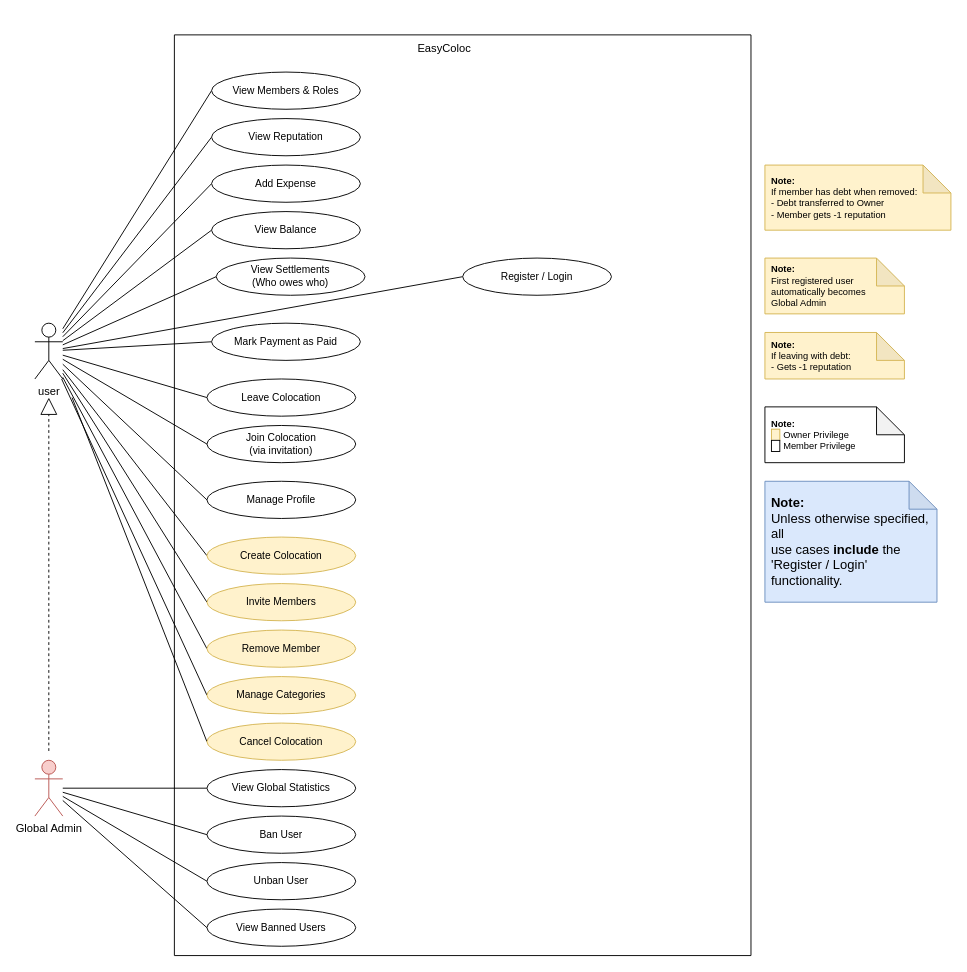
The draw.io diagram UML/useCaseDiagram.drawio in bahaztariq/EasyColoc, before the edit. Source tidied: cells renumbered, new cells numbered last; positions are measured from the earlier drawing's top-left corner, leaving out a move shared by most shapes. Both pictures are drawn from the tidied source at 93%, with x=0, y=0 at pixel (34, 34).
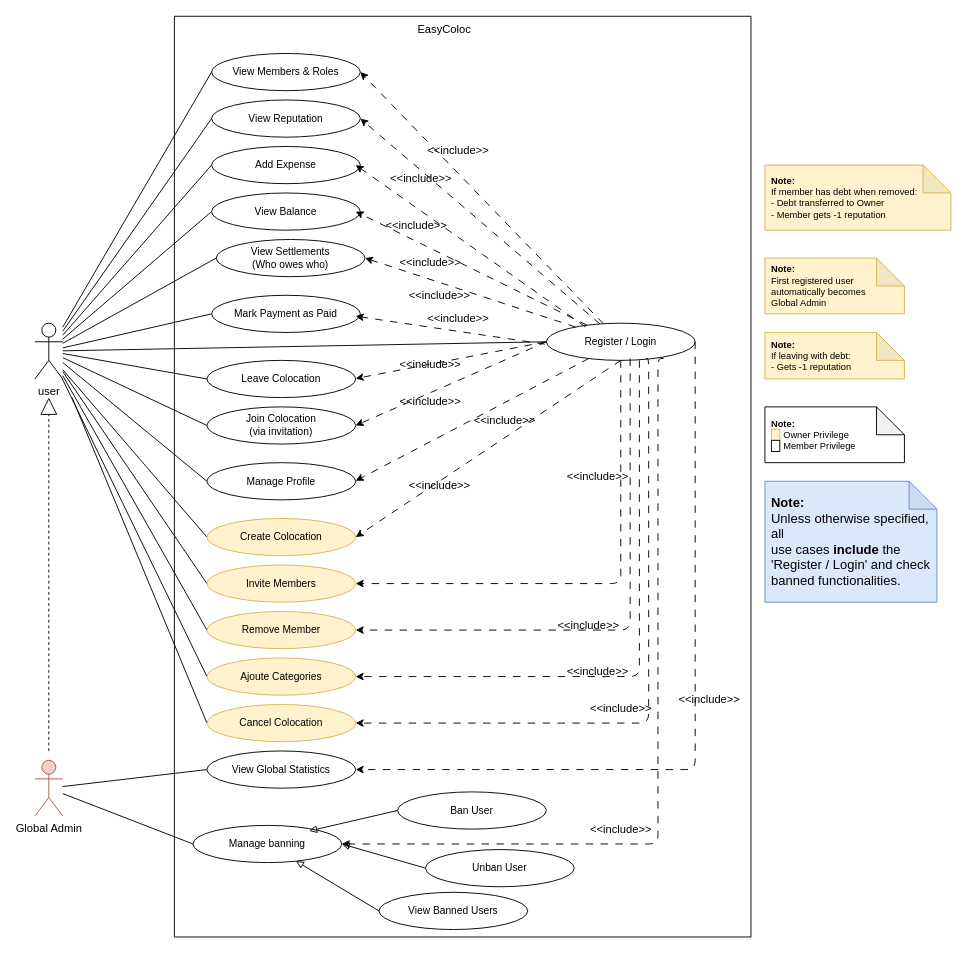
After the change.

Commit message (it also covers changes not shown here):
Update use case diagram and fix invitation acceptance logic

The change refers to these unchanged cells:
```xml
<mxCell id="9" value="Global Admin" style="shape=umlActor;verticalLabelPosition=bottom;verticalAlign=top;html=1;outlineConnect=0;fontSize=12;fillColor=#f8cecc;strokeColor=#b85450;" parent="1" vertex="1">
  <mxGeometry y="780" width="30" height="60" as="geometry" />
</mxCell>
<mxCell id="32" value="Remove Member" style="ellipse;whiteSpace=wrap;html=1;fontSize=11;fillColor=#fff2cc;strokeColor=#d6b656;" parent="29" vertex="1">
  <mxGeometry x="35" y="640" width="160" height="40" as="geometry" />
</mxCell>
<mxCell id="34" value="Cancel Colocation" style="ellipse;whiteSpace=wrap;html=1;fontSize=11;fillColor=#fff2cc;strokeColor=#d6b656;" parent="29" vertex="1">
  <mxGeometry x="35" y="740" width="160" height="40" as="geometry" />
</mxCell>
<mxCell id="35" value="Create Colocation" style="ellipse;whiteSpace=wrap;html=1;fontSize=11;fillColor=#fff2cc;strokeColor=#d6b656;" parent="29" vertex="1">
  <mxGeometry x="35" y="540" width="160" height="40" as="geometry" />
</mxCell>
<mxCell id="45" value="View Reputation" style="ellipse;whiteSpace=wrap;html=1;fontSize=11;fillColor=#ffffff;" parent="29" vertex="1">
  <mxGeometry x="40" y="90" width="160" height="40" as="geometry" />
</mxCell>
<mxCell id="46" value="View Members &amp;amp; Roles" style="ellipse;whiteSpace=wrap;html=1;fontSize=11;fillColor=#ffffff;" parent="29" vertex="1">
  <mxGeometry x="40" y="40" width="160" height="40" as="geometry" />
</mxCell>
<mxCell id="47" value="Join Colocation&lt;br&gt;(via invitation)" style="ellipse;whiteSpace=wrap;html=1;fontSize=11;fillColor=#ffffff;" parent="29" vertex="1">
  <mxGeometry x="35" y="420" width="160" height="40" as="geometry" />
</mxCell>
```

Change to the diagram source:
```diff
@@
-    <mxCell id="8" style="edgeStyle=none;html=1;entryX=0;entryY=0.5;entryDx=0;entryDy=0;endArrow=none;endFill=0;" parent="1" edge="1" source="9" target="40">
-      <mxGeometry relative="1" as="geometry" />
-    </mxCell>
+    <mxCell id="50" style="edgeStyle=none;html=1;entryX=0;entryY=0.5;entryDx=0;entryDy=0;endArrow=none;endFill=0;" parent="1" edge="1" source="9" target="61">
+      <mxGeometry relative="1" as="geometry" />
+    </mxCell>
@@
-    <mxCell id="22" style="endArrow=none;html=1;rounded=0;entryX=0;entryY=0.5;entryDx=0;entryDy=0;" parent="1" edge="1" source="9" target="38">
-      <mxGeometry relative="1" as="geometry" />
-    </mxCell>
-    <mxCell id="23" style="endArrow=none;html=1;rounded=0;entryX=0;entryY=0.5;entryDx=0;entryDy=0;" parent="1" edge="1" source="9" target="39">
-      <mxGeometry relative="1" as="geometry" />
-    </mxCell>
@@
-    <mxCell id="28" value="&lt;font style=&quot;font-size: 14px;&quot;&gt;&lt;b style=&quot;&quot;&gt;Note:&lt;/b&gt;&lt;br&gt;Unless otherwise specified, all&lt;br&gt;use cases &lt;b style=&quot;&quot;&gt;include&lt;/b&gt; the&lt;br&gt;'Register / Login' functionality.&lt;/font&gt;" style="shape=note;whiteSpace=wrap;html=1;backgroundOutline=1;darkOpacity=0.05;fontSize=10;fillColor=#dae8fc;strokeColor=#6c8ebf;align=left;spacingLeft=5;" parent="1" vertex="1">
+    <mxCell id="28" value="&lt;font style=&quot;font-size: 14px;&quot;&gt;&lt;b style=&quot;&quot;&gt;Note:&lt;/b&gt;&lt;br&gt;Unless otherwise specified, all&lt;br&gt;use cases &lt;b style=&quot;&quot;&gt;include&lt;/b&gt; the&lt;br&gt;'Register / Login' and check banned functionalities.&lt;/font&gt;" style="shape=note;whiteSpace=wrap;html=1;backgroundOutline=1;darkOpacity=0.05;fontSize=10;fillColor=#dae8fc;strokeColor=#6c8ebf;align=left;spacingLeft=5;" parent="1" vertex="1">
       <mxGeometry x="785" y="480" width="185" height="130" as="geometry" />
     </mxCell>
     <mxCell id="29" style="swimlane;startSize=0;" parent="1" vertex="1">
-      <mxGeometry x="150" width="620" height="990" as="geometry" />
+      <mxGeometry x="150" y="-20" width="620" height="990" as="geometry" />
     </mxCell>
@@
-    <mxCell id="33" value="Manage Categories" style="ellipse;whiteSpace=wrap;html=1;fontSize=11;fillColor=#fff2cc;strokeColor=#d6b656;" parent="29" vertex="1">
+    <mxCell id="33" value="Ajoute Categories" style="ellipse;whiteSpace=wrap;html=1;fontSize=11;fillColor=#fff2cc;strokeColor=#d6b656;" parent="29" vertex="1">
       <mxGeometry x="35" y="690" width="160" height="40" as="geometry" />
     </mxCell>
@@
     <mxCell id="38" value="Ban User" style="ellipse;whiteSpace=wrap;html=1;fontSize=11;fillColor=#ffffff;" parent="29" vertex="1">
-      <mxGeometry x="35" y="840" width="160" height="40" as="geometry" />
+      <mxGeometry x="240" y="834" width="160" height="40" as="geometry" />
     </mxCell>
     <mxCell id="39" value="Unban User" style="ellipse;whiteSpace=wrap;html=1;fontSize=11;fillColor=#ffffff;" parent="29" vertex="1">
-      <mxGeometry x="35" y="890" width="160" height="40" as="geometry" />
+      <mxGeometry x="270" y="896" width="160" height="40" as="geometry" />
     </mxCell>
     <mxCell id="40" value="View Banned Users" style="ellipse;whiteSpace=wrap;html=1;fontSize=11;fillColor=#ffffff;" parent="29" vertex="1">
-      <mxGeometry x="35" y="940" width="160" height="40" as="geometry" />
+      <mxGeometry x="220" y="942" width="160" height="40" as="geometry" />
     </mxCell>
     <mxCell id="41" value="Mark Payment as Paid" style="ellipse;whiteSpace=wrap;html=1;fontSize=11;fillColor=#ffffff;" parent="29" vertex="1">
-      <mxGeometry x="40" y="310" width="160" height="40" as="geometry" />
+      <mxGeometry x="40" y="300" width="160" height="40" as="geometry" />
     </mxCell>
@@
+    <mxCell id="51" style="html=1;entryX=1;entryY=0.5;entryDx=0;entryDy=0;dashed=1;dashPattern=8 8;" parent="29" edge="1" source="49" target="46">
+      <mxGeometry relative="1" as="geometry" />
+    </mxCell>
+    <mxCell id="52" style="html=1;entryX=1;entryY=0.5;entryDx=0;entryDy=0;dashed=1;dashPattern=8 8;" parent="29" edge="1" source="49" target="45">
+      <mxGeometry relative="1" as="geometry" />
+    </mxCell>
     <mxCell id="49" value="Register / Login" style="ellipse;whiteSpace=wrap;html=1;fontSize=11;fillColor=#ffffff;" parent="29" vertex="1">
-      <mxGeometry x="310" y="240" width="160" height="40" as="geometry" />
+      <mxGeometry x="400" y="330" width="160" height="40" as="geometry" />
     </mxCell>
+    <mxCell id="53" value="&amp;lt;&amp;lt;include&amp;gt;&amp;gt;" style="text;html=1;align=center;verticalAlign=middle;strokeColor=none;fillColor=none;" parent="29" vertex="1">
+      <mxGeometry x="260" y="130" width="90" height="30" as="geometry" />
+    </mxCell>
+    <mxCell id="54" value="&amp;lt;&amp;lt;include&amp;gt;&amp;gt;" style="text;html=1;align=center;verticalAlign=middle;strokeColor=none;fillColor=none;" parent="29" vertex="1">
+      <mxGeometry x="220" y="160" width="90" height="30" as="geometry" />
+    </mxCell>
+    <mxCell id="55" value="&amp;lt;&amp;lt;include&amp;gt;&amp;gt;" style="text;html=1;align=center;verticalAlign=middle;strokeColor=none;fillColor=none;" parent="29" vertex="1">
+      <mxGeometry x="215" y="210" width="90" height="30" as="geometry" />
+    </mxCell>
+    <mxCell id="56" style="html=1;entryX=1;entryY=0.5;entryDx=0;entryDy=0;dashed=1;dashPattern=8 8;exitX=0.263;exitY=0.1;exitDx=0;exitDy=0;exitPerimeter=0;" parent="29" edge="1" source="49">
+      <mxGeometry relative="1" as="geometry">
+        <mxPoint x="195" y="160" as="targetPoint" />
+      </mxGeometry>
+    </mxCell>
+    <mxCell id="57" value="&amp;lt;&amp;lt;include&amp;gt;&amp;gt;" style="text;html=1;align=center;verticalAlign=middle;strokeColor=none;fillColor=none;" parent="29" vertex="1">
+      <mxGeometry x="230" y="250" width="90" height="30" as="geometry" />
+    </mxCell>
+    <mxCell id="58" style="html=1;entryX=1;entryY=0.5;entryDx=0;entryDy=0;dashed=1;dashPattern=8 8;" parent="29" edge="1" source="49">
+      <mxGeometry relative="1" as="geometry">
+        <mxPoint x="195" y="210" as="targetPoint" />
+      </mxGeometry>
+    </mxCell>
+    <mxCell id="59" style="html=1;entryX=1;entryY=0.5;entryDx=0;entryDy=0;dashed=1;dashPattern=8 8;" parent="29" edge="1" source="49">
+      <mxGeometry relative="1" as="geometry">
+        <mxPoint x="205" y="260" as="targetPoint" />
+      </mxGeometry>
+    </mxCell>
+    <mxCell id="60" value="&amp;lt;&amp;lt;include&amp;gt;&amp;gt;" style="text;html=1;align=center;verticalAlign=middle;strokeColor=none;fillColor=none;" parent="29" vertex="1">
+      <mxGeometry x="240" y="285" width="90" height="30" as="geometry" />
+    </mxCell>
+    <mxCell id="61" value="Manage banning" style="ellipse;whiteSpace=wrap;html=1;fontSize=11;fillColor=#ffffff;" parent="29" vertex="1">
+      <mxGeometry x="20" y="870" width="160" height="40" as="geometry" />
+    </mxCell>
+    <mxCell id="8" style="edgeStyle=none;html=1;entryX=0;entryY=0.5;entryDx=0;entryDy=0;endArrow=none;endFill=0;startArrow=block;startFill=0;" parent="29" edge="1" source="61" target="40">
+      <mxGeometry relative="1" as="geometry" />
+    </mxCell>
+    <mxCell id="23" style="endArrow=none;html=1;rounded=0;entryX=0;entryY=0.5;entryDx=0;entryDy=0;endFill=0;startArrow=block;startFill=0;" parent="29" edge="1" target="39">
+      <mxGeometry relative="1" as="geometry">
+        <mxPoint x="180" y="890" as="sourcePoint" />
+      </mxGeometry>
+    </mxCell>
+    <mxCell id="22" style="endArrow=none;html=1;rounded=0;entryX=0;entryY=0.5;entryDx=0;entryDy=0;exitX=0.781;exitY=0.15;exitDx=0;exitDy=0;endFill=0;startArrow=block;startFill=0;exitPerimeter=0;" parent="29" edge="1" source="61" target="38">
+      <mxGeometry relative="1" as="geometry" />
+    </mxCell>
+    <mxCell id="62" style="html=1;entryX=1;entryY=0.5;entryDx=0;entryDy=0;dashed=1;dashPattern=8 8;exitX=0;exitY=0.5;exitDx=0;exitDy=0;" parent="29" edge="1">
+      <mxGeometry relative="1" as="geometry">
+        <mxPoint x="398" y="352.5" as="sourcePoint" />
+        <mxPoint x="195" y="322.5" as="targetPoint" />
+      </mxGeometry>
+    </mxCell>
+    <mxCell id="63" value="&amp;lt;&amp;lt;include&amp;gt;&amp;gt;" style="text;html=1;align=center;verticalAlign=middle;strokeColor=none;fillColor=none;" parent="29" vertex="1">
+      <mxGeometry x="260" y="310" width="90" height="30" as="geometry" />
+    </mxCell>
+    <mxCell id="64" value="&amp;lt;&amp;lt;include&amp;gt;&amp;gt;" style="text;html=1;align=center;verticalAlign=middle;strokeColor=none;fillColor=none;" parent="29" vertex="1">
+      <mxGeometry x="230" y="360" width="90" height="30" as="geometry" />
+    </mxCell>
+    <mxCell id="65" style="html=1;entryX=1;entryY=0.5;entryDx=0;entryDy=0;dashed=1;dashPattern=8 8;exitX=0;exitY=0.5;exitDx=0;exitDy=0;" parent="29" edge="1" source="49">
+      <mxGeometry relative="1" as="geometry">
+        <mxPoint x="195" y="389.5" as="targetPoint" />
+      </mxGeometry>
+    </mxCell>
+    <mxCell id="66" value="&amp;lt;&amp;lt;include&amp;gt;&amp;gt;" style="text;html=1;align=center;verticalAlign=middle;strokeColor=none;fillColor=none;" parent="29" vertex="1">
+      <mxGeometry x="230" y="400" width="90" height="30" as="geometry" />
+    </mxCell>
+    <mxCell id="67" style="html=1;entryX=1;entryY=0.5;entryDx=0;entryDy=0;dashed=1;dashPattern=8 8;exitX=0;exitY=0.5;exitDx=0;exitDy=0;" parent="29" edge="1" source="49" target="47">
+      <mxGeometry relative="1" as="geometry" />
+    </mxCell>
+    <mxCell id="68" value="&amp;lt;&amp;lt;include&amp;gt;&amp;gt;" style="text;html=1;align=center;verticalAlign=middle;strokeColor=none;fillColor=none;" parent="29" vertex="1">
+      <mxGeometry x="310" y="420" width="90" height="30" as="geometry" />
+    </mxCell>
+    <mxCell id="69" style="html=1;entryX=1;entryY=0.5;entryDx=0;entryDy=0;dashed=1;dashPattern=8 8;" parent="29" edge="1" source="49">
+      <mxGeometry relative="1" as="geometry">
+        <mxPoint x="195" y="499.5" as="targetPoint" />
+      </mxGeometry>
+    </mxCell>
+    <mxCell id="70" value="&amp;lt;&amp;lt;include&amp;gt;&amp;gt;" style="text;html=1;align=center;verticalAlign=middle;strokeColor=none;fillColor=none;" parent="29" vertex="1">
+      <mxGeometry x="240" y="490" width="90" height="30" as="geometry" />
+    </mxCell>
+    <mxCell id="71" style="html=1;entryX=1;entryY=0.5;entryDx=0;entryDy=0;dashed=1;dashPattern=8 8;exitX=0.5;exitY=1;exitDx=0;exitDy=0;" parent="29" edge="1" source="49" target="35">
+      <mxGeometry relative="1" as="geometry" />
+    </mxCell>
+    <mxCell id="72" value="&amp;lt;&amp;lt;include&amp;gt;&amp;gt;" style="text;html=1;align=center;verticalAlign=middle;strokeColor=none;fillColor=none;" parent="29" vertex="1">
+      <mxGeometry x="410" y="480" width="90" height="30" as="geometry" />
+    </mxCell>
+    <mxCell id="73" style="html=1;entryX=1;entryY=0.5;entryDx=0;entryDy=0;dashed=1;dashPattern=8 8;edgeStyle=orthogonalEdgeStyle;" parent="29" edge="1">
+      <mxGeometry relative="1" as="geometry">
+        <mxPoint x="480" y="370" as="sourcePoint" />
+        <mxPoint x="195" y="610" as="targetPoint" />
+        <Array as="points">
+          <mxPoint x="480" y="610" />
+        </Array>
+      </mxGeometry>
+    </mxCell>
+    <mxCell id="74" style="html=1;entryX=1;entryY=0.5;entryDx=0;entryDy=0;dashed=1;dashPattern=8 8;edgeStyle=orthogonalEdgeStyle;exitX=0.563;exitY=0.95;exitDx=0;exitDy=0;exitPerimeter=0;" parent="29" edge="1" source="49" target="32">
+      <mxGeometry relative="1" as="geometry">
+        <Array as="points">
+          <mxPoint x="490" y="660" />
+        </Array>
+      </mxGeometry>
+    </mxCell>
+    <mxCell id="75" value="&amp;lt;&amp;lt;include&amp;gt;&amp;gt;" style="text;html=1;align=center;verticalAlign=middle;strokeColor=none;fillColor=none;" parent="29" vertex="1">
+      <mxGeometry x="435" y="860" width="90" height="30" as="geometry" />
+    </mxCell>
+    <mxCell id="76" style="html=1;entryX=1;entryY=0.5;entryDx=0;entryDy=0;dashed=1;dashPattern=8 8;edgeStyle=orthogonalEdgeStyle;exitX=0.625;exitY=1;exitDx=0;exitDy=0;exitPerimeter=0;" parent="29" edge="1" source="49" target="33">
+      <mxGeometry relative="1" as="geometry">
+        <Array as="points">
+          <mxPoint x="500" y="710" />
+        </Array>
+      </mxGeometry>
+    </mxCell>
+    <mxCell id="77" value="&amp;lt;&amp;lt;include&amp;gt;&amp;gt;" style="text;html=1;align=center;verticalAlign=middle;strokeColor=none;fillColor=none;" parent="29" vertex="1">
+      <mxGeometry x="400" y="640" width="90" height="30" as="geometry" />
+    </mxCell>
+    <mxCell id="78" style="html=1;entryX=1;entryY=0.5;entryDx=0;entryDy=0;dashed=1;dashPattern=8 8;edgeStyle=orthogonalEdgeStyle;exitX=0.669;exitY=0.95;exitDx=0;exitDy=0;exitPerimeter=0;" parent="29" edge="1" source="49" target="34">
+      <mxGeometry relative="1" as="geometry">
+        <Array as="points">
+          <mxPoint x="510" y="368" />
+          <mxPoint x="510" y="760" />
+        </Array>
+      </mxGeometry>
+    </mxCell>
+    <mxCell id="79" value="&amp;lt;&amp;lt;include&amp;gt;&amp;gt;" style="text;html=1;align=center;verticalAlign=middle;strokeColor=none;fillColor=none;" parent="29" vertex="1">
+      <mxGeometry x="410" y="690" width="90" height="30" as="geometry" />
+    </mxCell>
+    <mxCell id="80" style="html=1;dashed=1;dashPattern=8 8;edgeStyle=orthogonalEdgeStyle;exitX=0.788;exitY=0.95;exitDx=0;exitDy=0;exitPerimeter=0;" parent="29" edge="1" source="49" target="61">
+      <mxGeometry relative="1" as="geometry">
+        <Array as="points">
+          <mxPoint x="520" y="368" />
+          <mxPoint x="520" y="890" />
+        </Array>
+      </mxGeometry>
+    </mxCell>
+    <mxCell id="81" value="&amp;lt;&amp;lt;include&amp;gt;&amp;gt;" style="text;html=1;align=center;verticalAlign=middle;strokeColor=none;fillColor=none;" parent="29" vertex="1">
+      <mxGeometry x="435" y="730" width="90" height="30" as="geometry" />
+    </mxCell>
+    <mxCell id="82" style="html=1;entryX=1;entryY=0.5;entryDx=0;entryDy=0;dashed=1;dashPattern=8 8;edgeStyle=orthogonalEdgeStyle;exitX=1;exitY=0.5;exitDx=0;exitDy=0;" parent="29" edge="1" source="49">
+      <mxGeometry relative="1" as="geometry">
+        <mxPoint x="195" y="810" as="targetPoint" />
+        <Array as="points">
+          <mxPoint x="560" y="810" />
+        </Array>
+      </mxGeometry>
+    </mxCell>
+    <mxCell id="83" value="&amp;lt;&amp;lt;include&amp;gt;&amp;gt;" style="text;html=1;align=center;verticalAlign=middle;strokeColor=none;fillColor=none;" parent="29" vertex="1">
+      <mxGeometry x="530" y="720" width="90" height="30" as="geometry" />
+    </mxCell>
```
